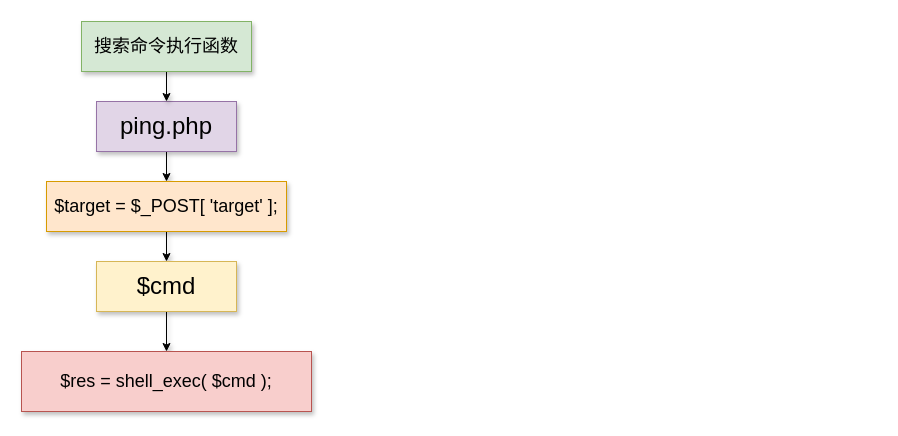
This is page "Page-1" (1 of 2) of Untitled Diagram.drawio from SandaoTu/learngit, a draw.io file, before an edit. Source tidied: cells renumbered, new cells numbered last; positions are measured from the earlier drawing's top-left corner, leaving out a move shared by most shapes. Both pictures are drawn from the tidied source at 100%, with x=0, y=0 at pixel (21, 21).
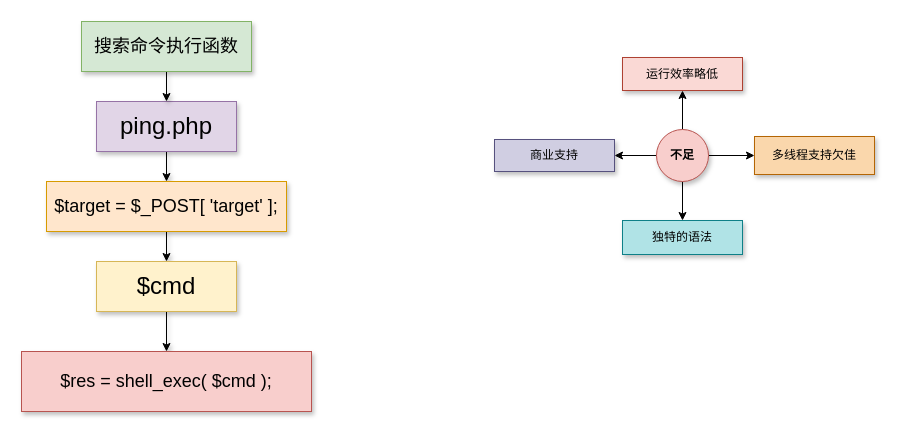
After the change.

Change to the diagram source:
```diff
@@
 <mxGraphModel>
   <root>
     <mxCell id="0" />
     <mxCell id="1" parent="0" />
     <mxCell id="2" style="edgeStyle=orthogonalEdgeStyle;rounded=0;jettySize=auto;html=1;fontSize=18;entryX=0.5;entryY=0;entryDx=0;entryDy=0;shadow=1;" parent="1" edge="1" source="3" target="5">
       <mxGeometry relative="1" as="geometry" />
     </mxCell>
     <mxCell id="3" value="&lt;font style=&quot;font-size: 24px&quot;&gt;ping.php&lt;/font&gt;" style="rounded=0;whiteSpace=wrap;html=1;fontSize=18;fillColor=#e1d5e7;strokeColor=#9673a6;shadow=1;" parent="1" vertex="1">
       <mxGeometry x="75" y="80" width="140" height="50" as="geometry" />
     </mxCell>
     <mxCell id="4" style="edgeStyle=orthogonalEdgeStyle;rounded=0;jettySize=auto;html=1;entryX=0.5;entryY=0;entryDx=0;entryDy=0;fontSize=18;shadow=1;" parent="1" edge="1" source="5" target="7">
       <mxGeometry relative="1" as="geometry" />
     </mxCell>
     <mxCell id="5" value="&lt;font style=&quot;font-size: 18px&quot;&gt;$target = $_POST[ 'target' ];&lt;/font&gt;" style="rounded=0;whiteSpace=wrap;html=1;fontSize=18;fillColor=#ffe6cc;strokeColor=#d79b00;shadow=1;" parent="1" vertex="1">
       <mxGeometry x="25" y="160" width="240" height="50" as="geometry" />
     </mxCell>
     <mxCell id="6" style="edgeStyle=orthogonalEdgeStyle;rounded=0;jettySize=auto;html=1;fontSize=18;shadow=1;" parent="1" edge="1" source="7" target="10">
       <mxGeometry relative="1" as="geometry" />
     </mxCell>
     <mxCell id="7" value="&lt;font style=&quot;font-size: 24px&quot;&gt;$cmd&lt;/font&gt;" style="rounded=0;whiteSpace=wrap;html=1;fontSize=18;fillColor=#fff2cc;strokeColor=#d6b656;shadow=1;" parent="1" vertex="1">
       <mxGeometry x="75" y="240" width="140" height="50" as="geometry" />
     </mxCell>
     <mxCell id="8" style="edgeStyle=orthogonalEdgeStyle;rounded=0;jettySize=auto;html=1;entryX=0.5;entryY=0;entryDx=0;entryDy=0;fontSize=18;shadow=1;" parent="1" edge="1" source="9" target="3">
       <mxGeometry relative="1" as="geometry" />
     </mxCell>
     <mxCell id="9" value="&lt;font style=&quot;font-size: 18px&quot;&gt;搜索命令执行函数&lt;/font&gt;" style="rounded=0;whiteSpace=wrap;html=1;fontSize=18;fillColor=#d5e8d4;strokeColor=#82b366;shadow=1;" parent="1" vertex="1">
       <mxGeometry x="60" width="170" height="50" as="geometry" />
     </mxCell>
     <mxCell id="10" value="$res = shell_exec( $cmd );" style="whiteSpace=wrap;html=1;rounded=0;fontSize=18;strokeColor=#b85450;fillColor=#f8cecc;shadow=1;" parent="1" vertex="1">
       <mxGeometry y="330" width="290" height="60" as="geometry" />
     </mxCell>
+    <mxCell id="11" style="edgeStyle=orthogonalEdgeStyle;rounded=0;jettySize=auto;html=1;fontStyle=0;" parent="1" edge="1" source="15" target="16">
+      <mxGeometry relative="1" as="geometry" />
+    </mxCell>
+    <mxCell id="12" style="edgeStyle=orthogonalEdgeStyle;rounded=0;jettySize=auto;html=1;fontStyle=0;" parent="1" edge="1" source="15" target="17">
+      <mxGeometry relative="1" as="geometry" />
+    </mxCell>
+    <mxCell id="13" style="edgeStyle=orthogonalEdgeStyle;rounded=0;jettySize=auto;html=1;fontStyle=0;" parent="1" edge="1" source="15" target="18">
+      <mxGeometry relative="1" as="geometry" />
+    </mxCell>
+    <mxCell id="14" style="edgeStyle=orthogonalEdgeStyle;rounded=0;jettySize=auto;html=1;fontStyle=0;" parent="1" edge="1" source="15" target="19">
+      <mxGeometry relative="1" as="geometry" />
+    </mxCell>
+    <mxCell id="15" value="不足" style="ellipse;whiteSpace=wrap;html=1;fillColor=#f8cecc;strokeColor=#b85450;fontStyle=1;shadow=1;" parent="1" vertex="1">
+      <mxGeometry x="635" y="108" width="52" height="52" as="geometry" />
+    </mxCell>
+    <mxCell id="16" value="多线程支持欠佳" style="whiteSpace=wrap;html=1;shadow=1;fontStyle=0;strokeColor=#b46504;fillColor=#fad7ac;" parent="1" vertex="1">
+      <mxGeometry x="733" y="115" width="120" height="38" as="geometry" />
+    </mxCell>
+    <mxCell id="17" value="独特的语法" style="whiteSpace=wrap;html=1;shadow=1;fontStyle=0;strokeColor=#0e8088;fillColor=#b0e3e6;" parent="1" vertex="1">
+      <mxGeometry x="601" y="199" width="120" height="34" as="geometry" />
+    </mxCell>
+    <mxCell id="18" value="商业支持" style="whiteSpace=wrap;html=1;shadow=1;fontStyle=0;strokeColor=#56517e;fillColor=#d0cee2;" parent="1" vertex="1">
+      <mxGeometry x="473" y="118" width="120" height="32" as="geometry" />
+    </mxCell>
+    <mxCell id="19" value="运行效率略低" style="whiteSpace=wrap;html=1;shadow=1;fontStyle=0;strokeColor=#ae4132;fillColor=#fad9d5;" parent="1" vertex="1">
+      <mxGeometry x="601" y="36" width="120" height="33" as="geometry" />
+    </mxCell>
   </root>
 </mxGraphModel>
```
